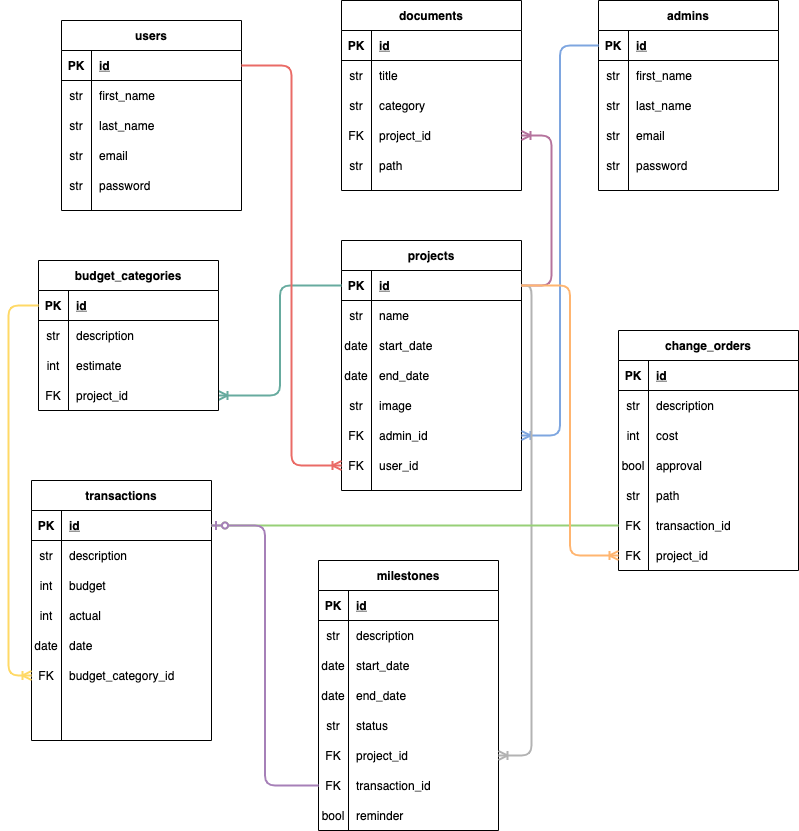
This is planning/ERD.png from Chase78712002/HomeBase, a draw.io export, as it was before one commit. Source tidied: cells renumbered, new cells last; positions are measured from the earlier drawing's top-left corner, leaving out a move shared by most shapes.
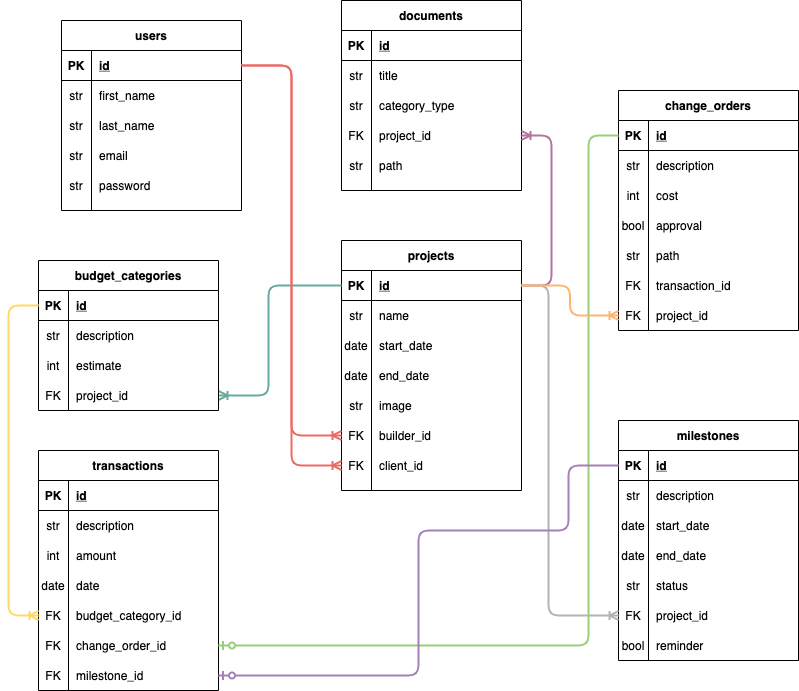
Later version of the same file.

The edit, as a diff of the source:
```diff
@@ -104,7 +104,7 @@
     <mxCell id="35" value="FK" style="shape=partialRectangle;fillColor=none;top=0;left=0;bottom=0;right=0;overflow=hidden;" parent="34" vertex="1">
       <mxGeometry width="30" height="30" as="geometry" />
     </mxCell>
-    <mxCell id="36" value="admin_id" style="shape=partialRectangle;fillColor=none;top=0;left=0;bottom=0;right=0;align=left;spacingLeft=6;overflow=hidden;" parent="34" vertex="1">
+    <mxCell id="36" value="builder_id" style="shape=partialRectangle;fillColor=none;top=0;left=0;bottom=0;right=0;align=left;spacingLeft=6;overflow=hidden;" parent="34" vertex="1">
       <mxGeometry x="30" width="150" height="30" as="geometry" />
     </mxCell>
     <mxCell id="37" style="shape=partialRectangle;fillColor=none;top=0;left=0;bottom=0;right=0;points=[[0,0.5],[1,0.5]];portConstraint=eastwest;" parent="18" vertex="1">
@@ -113,59 +113,11 @@
     <mxCell id="38" value="FK" style="shape=partialRectangle;fillColor=none;top=0;left=0;bottom=0;right=0;overflow=hidden;" parent="37" vertex="1">
       <mxGeometry width="30" height="30" as="geometry" />
     </mxCell>
-    <mxCell id="39" value="user_id" style="shape=partialRectangle;fillColor=none;top=0;left=0;bottom=0;right=0;align=left;spacingLeft=6;overflow=hidden;" parent="37" vertex="1">
+    <mxCell id="39" value="client_id" style="shape=partialRectangle;fillColor=none;top=0;left=0;bottom=0;right=0;align=left;spacingLeft=6;overflow=hidden;" parent="37" vertex="1">
       <mxGeometry x="30" width="150" height="30" as="geometry" />
     </mxCell>
-    <mxCell id="40" value="admins" style="shape=table;startSize=30;rowLines=0;fontStyle=1;align=center;" parent="1" vertex="1">
-      <mxGeometry x="590" width="180" height="190" as="geometry" />
-    </mxCell>
-    <mxCell id="41" style="shape=partialRectangle;fillColor=none;top=0;left=0;bottom=1;right=0;points=[[0,0.5],[1,0.5]];portConstraint=eastwest;" parent="40" vertex="1">
-      <mxGeometry y="30" width="180" height="30" as="geometry" />
-    </mxCell>
-    <mxCell id="42" value="PK" style="shape=partialRectangle;fillColor=none;top=0;left=0;bottom=0;right=0;fontStyle=1;overflow=hidden;" parent="41" vertex="1">
-      <mxGeometry width="30" height="30" as="geometry" />
-    </mxCell>
-    <mxCell id="43" value="id" style="shape=partialRectangle;fillColor=none;top=0;left=0;bottom=0;right=0;align=left;spacingLeft=6;fontStyle=5;overflow=hidden;" parent="41" vertex="1">
-      <mxGeometry x="30" width="150" height="30" as="geometry" />
-    </mxCell>
-    <mxCell id="44" style="shape=partialRectangle;fillColor=none;top=0;left=0;bottom=0;right=0;" parent="40" vertex="1">
-      <mxGeometry y="60" width="180" height="30" as="geometry" />
-    </mxCell>
-    <mxCell id="45" value="str" style="shape=partialRectangle;fillColor=none;top=0;left=0;bottom=0;right=0;overflow=hidden;" parent="44" vertex="1">
-      <mxGeometry width="30" height="30" as="geometry" />
-    </mxCell>
-    <mxCell id="46" value="first_name" style="shape=partialRectangle;fillColor=none;top=0;left=0;bottom=0;right=0;align=left;spacingLeft=6;overflow=hidden;" parent="44" vertex="1">
-      <mxGeometry x="30" width="150" height="30" as="geometry" />
-    </mxCell>
-    <mxCell id="47" style="shape=partialRectangle;fillColor=none;top=0;left=0;bottom=0;right=0;" parent="40" vertex="1">
-      <mxGeometry y="90" width="180" height="30" as="geometry" />
-    </mxCell>
-    <mxCell id="48" value="str" style="shape=partialRectangle;fillColor=none;top=0;left=0;bottom=0;right=0;overflow=hidden;" parent="47" vertex="1">
-      <mxGeometry width="30" height="30" as="geometry" />
-    </mxCell>
-    <mxCell id="49" value="last_name" style="shape=partialRectangle;fillColor=none;top=0;left=0;bottom=0;right=0;align=left;spacingLeft=6;overflow=hidden;" parent="47" vertex="1">
-      <mxGeometry x="30" width="150" height="30" as="geometry" />
-    </mxCell>
-    <mxCell id="50" style="shape=partialRectangle;fillColor=none;top=0;left=0;bottom=0;right=0;" parent="40" vertex="1">
-      <mxGeometry y="120" width="180" height="30" as="geometry" />
-    </mxCell>
-    <mxCell id="51" value="str" style="shape=partialRectangle;fillColor=none;top=0;left=0;bottom=0;right=0;overflow=hidden;" parent="50" vertex="1">
-      <mxGeometry width="30" height="30" as="geometry" />
-    </mxCell>
-    <mxCell id="52" value="email" style="shape=partialRectangle;fillColor=none;top=0;left=0;bottom=0;right=0;align=left;spacingLeft=6;overflow=hidden;" parent="50" vertex="1">
-      <mxGeometry x="30" width="150" height="30" as="geometry" />
-    </mxCell>
-    <mxCell id="53" style="shape=partialRectangle;fillColor=none;top=0;left=0;bottom=0;right=0;" parent="40" vertex="1">
-      <mxGeometry y="150" width="180" height="30" as="geometry" />
-    </mxCell>
-    <mxCell id="54" value="str" style="shape=partialRectangle;fillColor=none;top=0;left=0;bottom=0;right=0;overflow=hidden;" parent="53" vertex="1">
-      <mxGeometry width="30" height="30" as="geometry" />
-    </mxCell>
-    <mxCell id="55" value="password" style="shape=partialRectangle;fillColor=none;top=0;left=0;bottom=0;right=0;align=left;spacingLeft=6;overflow=hidden;" parent="53" vertex="1">
-      <mxGeometry x="30" width="150" height="30" as="geometry" />
-    </mxCell>
     <mxCell id="56" value="change_orders" style="shape=table;startSize=30;rowLines=0;fontStyle=1;align=center;" parent="1" vertex="1">
-      <mxGeometry x="610" y="330" width="180" height="240" as="geometry" />
+      <mxGeometry x="610" y="90" width="180" height="240" as="geometry" />
     </mxCell>
     <mxCell id="57" style="shape=partialRectangle;fillColor=none;top=0;left=0;bottom=1;right=0;points=[[0,0.5],[1,0.5]];portConstraint=eastwest;" parent="56" vertex="1">
       <mxGeometry y="30" width="180" height="30" as="geometry" />
@@ -231,7 +183,7 @@
       <mxGeometry x="30" width="150" height="30" as="geometry" />
     </mxCell>
     <mxCell id="78" value="transactions" style="shape=table;startSize=30;rowLines=0;fontStyle=1;align=center;" parent="1" vertex="1">
-      <mxGeometry x="23" y="480" width="180" height="260" as="geometry" />
+      <mxGeometry x="30" y="450" width="180" height="240" as="geometry" />
     </mxCell>
     <mxCell id="79" style="shape=partialRectangle;fillColor=none;top=0;left=0;bottom=1;right=0;points=[[0,0.5],[1,0.5]];portConstraint=eastwest;" parent="78" vertex="1">
       <mxGeometry y="30" width="180" height="30" as="geometry" />
@@ -257,20 +209,11 @@
     <mxCell id="86" value="int" style="shape=partialRectangle;fillColor=none;top=0;left=0;bottom=0;right=0;overflow=hidden;" parent="85" vertex="1">
       <mxGeometry width="30" height="30" as="geometry" />
     </mxCell>
-    <mxCell id="87" value="budget" style="shape=partialRectangle;fillColor=none;top=0;left=0;bottom=0;right=0;align=left;spacingLeft=6;overflow=hidden;" parent="85" vertex="1">
+    <mxCell id="87" value="amount" style="shape=partialRectangle;fillColor=none;top=0;left=0;bottom=0;right=0;align=left;spacingLeft=6;overflow=hidden;" parent="85" vertex="1">
       <mxGeometry x="30" width="150" height="30" as="geometry" />
     </mxCell>
-    <mxCell id="88" style="shape=partialRectangle;fillColor=none;top=0;left=0;bottom=0;right=0;" parent="78" vertex="1">
-      <mxGeometry y="120" width="180" height="30" as="geometry" />
-    </mxCell>
-    <mxCell id="89" value="int" style="shape=partialRectangle;fillColor=none;top=0;left=0;bottom=0;right=0;overflow=hidden;" parent="88" vertex="1">
-      <mxGeometry width="30" height="30" as="geometry" />
-    </mxCell>
-    <mxCell id="90" value="actual" style="shape=partialRectangle;fillColor=none;top=0;left=0;bottom=0;right=0;align=left;spacingLeft=6;overflow=hidden;" parent="88" vertex="1">
-      <mxGeometry x="30" width="150" height="30" as="geometry" />
-    </mxCell>
     <mxCell id="91" style="shape=partialRectangle;fillColor=none;top=0;left=0;bottom=0;right=0;" parent="78" vertex="1">
-      <mxGeometry y="150" width="180" height="30" as="geometry" />
+      <mxGeometry y="120" width="180" height="30" as="geometry" />
     </mxCell>
     <mxCell id="92" value="date" style="shape=partialRectangle;fillColor=none;top=0;left=0;bottom=0;right=0;overflow=hidden;" parent="91" vertex="1">
       <mxGeometry width="30" height="30" as="geometry" />
@@ -279,7 +222,7 @@
       <mxGeometry x="30" width="150" height="30" as="geometry" />
     </mxCell>
     <mxCell id="94" style="shape=partialRectangle;fillColor=none;top=0;left=0;bottom=0;right=0;points=[[0,0.5],[1,0.5]];portConstraint=eastwest;" parent="78" vertex="1">
-      <mxGeometry y="180" width="180" height="30" as="geometry" />
+      <mxGeometry y="150" width="180" height="30" as="geometry" />
     </mxCell>
     <mxCell id="95" value="FK" style="shape=partialRectangle;fillColor=none;top=0;left=0;bottom=0;right=0;overflow=hidden;" parent="94" vertex="1">
       <mxGeometry width="30" height="30" as="geometry" />
@@ -287,6 +230,24 @@
     <mxCell id="96" value="budget_category_id" style="shape=partialRectangle;fillColor=none;top=0;left=0;bottom=0;right=0;align=left;spacingLeft=6;overflow=hidden;" parent="94" vertex="1">
       <mxGeometry x="30" width="150" height="30" as="geometry" />
     </mxCell>
+    <mxCell id="160" style="shape=partialRectangle;fillColor=none;top=0;left=0;bottom=0;right=0;points=[[0,0.5],[1,0.5]];portConstraint=eastwest;" parent="78" vertex="1">
+      <mxGeometry y="180" width="180" height="30" as="geometry" />
+    </mxCell>
+    <mxCell id="161" value="FK" style="shape=partialRectangle;fillColor=none;top=0;left=0;bottom=0;right=0;overflow=hidden;" parent="160" vertex="1">
+      <mxGeometry width="30" height="30" as="geometry" />
+    </mxCell>
+    <mxCell id="162" value="change_order_id" style="shape=partialRectangle;fillColor=none;top=0;left=0;bottom=0;right=0;align=left;spacingLeft=6;overflow=hidden;" parent="160" vertex="1">
+      <mxGeometry x="30" width="150" height="30" as="geometry" />
+    </mxCell>
+    <mxCell id="135" style="shape=partialRectangle;fillColor=none;top=0;left=0;bottom=0;right=0;points=[[0,0.5],[1,0.5]];portConstraint=eastwest;" parent="78" vertex="1">
+      <mxGeometry y="210" width="180" height="30" as="geometry" />
+    </mxCell>
+    <mxCell id="163" value="FK" style="shape=partialRectangle;fillColor=none;top=0;left=0;bottom=0;right=0;overflow=hidden;" parent="135" vertex="1">
+      <mxGeometry width="30" height="30" as="geometry" />
+    </mxCell>
+    <mxCell id="164" value="milestone_id" style="shape=partialRectangle;fillColor=none;top=0;left=0;bottom=0;right=0;align=left;spacingLeft=6;overflow=hidden;" parent="135" vertex="1">
+      <mxGeometry x="30" width="150" height="30" as="geometry" />
+    </mxCell>
     <mxCell id="97" value="documents" style="shape=table;startSize=30;rowLines=0;fontStyle=1;align=center;" parent="1" vertex="1">
       <mxGeometry x="333" width="180" height="190" as="geometry" />
     </mxCell>
@@ -314,7 +275,7 @@
     <mxCell id="105" value="str" style="shape=partialRectangle;fillColor=none;top=0;left=0;bottom=0;right=0;overflow=hidden;" parent="104" vertex="1">
       <mxGeometry width="30" height="30" as="geometry" />
     </mxCell>
-    <mxCell id="106" value="category" style="shape=partialRectangle;fillColor=none;top=0;left=0;bottom=0;right=0;align=left;spacingLeft=6;overflow=hidden;" parent="104" vertex="1">
+    <mxCell id="106" value="category_type" style="shape=partialRectangle;fillColor=none;top=0;left=0;bottom=0;right=0;align=left;spacingLeft=6;overflow=hidden;" parent="104" vertex="1">
       <mxGeometry x="30" width="150" height="30" as="geometry" />
     </mxCell>
     <mxCell id="107" style="shape=partialRectangle;fillColor=none;top=0;left=0;bottom=0;right=0;points=[[0,0.5],[1,0.5]];portConstraint=eastwest;" parent="97" vertex="1">
@@ -339,13 +300,15 @@
       <mxGeometry relative="1" as="geometry" />
     </mxCell>
     <mxCell id="114" style="edgeStyle=orthogonalEdgeStyle;fontSize=12;html=1;endArrow=ERoneToMany;exitX=0;exitY=0.5;exitDx=0;exitDy=0;entryX=1;entryY=0.5;entryDx=0;entryDy=0;strokeColor=#67AB9F;strokeWidth=2;" parent="1" edge="1" source="19" target="152">
-      <mxGeometry relative="1" as="geometry" />
+      <mxGeometry relative="1" as="geometry">
+        <Array as="points">
+          <mxPoint x="260" y="285" />
+          <mxPoint x="260" y="395" />
+        </Array>
+      </mxGeometry>
     </mxCell>
-    <mxCell id="115" style="edgeStyle=orthogonalEdgeStyle;fontSize=12;html=1;endArrow=ERoneToMany;entryX=1;entryY=0.5;entryDx=0;entryDy=0;exitX=0;exitY=0.5;exitDx=0;exitDy=0;strokeColor=#7EA6E0;strokeWidth=2;" parent="1" edge="1" source="41" target="34">
-      <mxGeometry relative="1" as="geometry" />
-    </mxCell>
     <mxCell id="116" value="milestones" style="shape=table;startSize=30;rowLines=0;fontStyle=1;align=center;" parent="1" vertex="1">
-      <mxGeometry x="310" y="560" width="180" height="270" as="geometry" />
+      <mxGeometry x="610" y="420" width="180" height="240" as="geometry" />
     </mxCell>
     <mxCell id="117" style="shape=partialRectangle;fillColor=none;top=0;left=0;bottom=1;right=0;points=[[0,0.5],[1,0.5]];portConstraint=eastwest;" parent="116" vertex="1">
       <mxGeometry y="30" width="180" height="30" as="geometry" />
@@ -401,17 +364,8 @@
     <mxCell id="134" value="project_id" style="shape=partialRectangle;fillColor=none;top=0;left=0;bottom=0;right=0;align=left;spacingLeft=6;overflow=hidden;" parent="132" vertex="1">
       <mxGeometry x="30" width="150" height="30" as="geometry" />
     </mxCell>
-    <mxCell id="135" style="shape=partialRectangle;fillColor=none;top=0;left=0;bottom=0;right=0;points=[[0,0.5],[1,0.5]];portConstraint=eastwest;" parent="116" vertex="1">
-      <mxGeometry y="210" width="180" height="30" as="geometry" />
-    </mxCell>
-    <mxCell id="136" value="FK" style="shape=partialRectangle;fillColor=none;top=0;left=0;bottom=0;right=0;overflow=hidden;" parent="135" vertex="1">
-      <mxGeometry width="30" height="30" as="geometry" />
-    </mxCell>
-    <mxCell id="137" value="transaction_id" style="shape=partialRectangle;fillColor=none;top=0;left=0;bottom=0;right=0;align=left;spacingLeft=6;overflow=hidden;" parent="135" vertex="1">
-      <mxGeometry x="30" width="150" height="30" as="geometry" />
-    </mxCell>
     <mxCell id="138" style="shape=partialRectangle;fillColor=none;top=0;left=0;bottom=0;right=0;" parent="116" vertex="1">
-      <mxGeometry y="240" width="180" height="30" as="geometry" />
+      <mxGeometry y="210" width="180" height="30" as="geometry" />
     </mxCell>
     <mxCell id="139" value="bool" style="shape=partialRectangle;fillColor=none;top=0;left=0;bottom=0;right=0;overflow=hidden;" parent="138" vertex="1">
       <mxGeometry width="30" height="30" as="geometry" />
@@ -419,8 +373,13 @@
     <mxCell id="140" value="reminder" style="shape=partialRectangle;fillColor=none;top=0;left=0;bottom=0;right=0;align=left;spacingLeft=6;overflow=hidden;" parent="138" vertex="1">
       <mxGeometry x="30" width="150" height="30" as="geometry" />
     </mxCell>
-    <mxCell id="141" style="fontSize=12;html=1;endArrow=ERoneToMany;exitX=1;exitY=0.5;exitDx=0;exitDy=0;entryX=1;entryY=0.5;entryDx=0;entryDy=0;edgeStyle=orthogonalEdgeStyle;strokeWidth=2;strokeColor=#B3B3B3;" parent="1" edge="1" source="19" target="132">
-      <mxGeometry relative="1" as="geometry" />
+    <mxCell id="141" style="fontSize=12;html=1;endArrow=ERoneToMany;exitX=1;exitY=0.5;exitDx=0;exitDy=0;entryX=0;entryY=0.5;entryDx=0;entryDy=0;edgeStyle=orthogonalEdgeStyle;strokeWidth=2;strokeColor=#B3B3B3;" parent="1" edge="1" source="19" target="132">
+      <mxGeometry relative="1" as="geometry">
+        <Array as="points">
+          <mxPoint x="540" y="285" />
+          <mxPoint x="540" y="615" />
+        </Array>
+      </mxGeometry>
     </mxCell>
     <mxCell id="142" value="budget_categories" style="shape=table;startSize=30;rowLines=0;fontStyle=1;align=center;" parent="1" vertex="1">
       <mxGeometry x="30" y="260" width="180" height="150" as="geometry" />
@@ -464,22 +423,37 @@
     <mxCell id="155" style="edgeStyle=orthogonalEdgeStyle;fontSize=12;html=1;endArrow=ERoneToMany;exitX=1;exitY=0.5;exitDx=0;exitDy=0;entryX=0;entryY=0.5;entryDx=0;entryDy=0;strokeColor=#EA6B66;strokeWidth=2;" parent="1" edge="1" source="3" target="37">
       <mxGeometry relative="1" as="geometry" />
     </mxCell>
-    <mxCell id="156" style="fontSize=12;html=1;endArrow=ERoneToMany;entryX=0;entryY=0.5;entryDx=0;entryDy=0;exitX=0;exitY=0.5;exitDx=0;exitDy=0;edgeStyle=orthogonalEdgeStyle;strokeColor=#FFD966;strokeWidth=2;" parent="1" edge="1" source="143" target="94">
+    <mxCell id="156" style="fontSize=12;html=1;endArrow=ERoneToMany;entryX=0;entryY=0.5;entryDx=0;entryDy=0;exitX=0;exitY=0.5;exitDx=0;exitDy=0;strokeColor=#FFD966;strokeWidth=2;edgeStyle=orthogonalEdgeStyle;" parent="1" edge="1" source="143" target="94">
       <mxGeometry relative="1" as="geometry">
         <Array as="points">
           <mxPoint y="305" />
-          <mxPoint y="675" />
+          <mxPoint y="615" />
         </Array>
       </mxGeometry>
     </mxCell>
-    <mxCell id="157" style="edgeStyle=entityRelationEdgeStyle;fontSize=12;html=1;endArrow=ERzeroToOne;endFill=1;entryX=1;entryY=0.5;entryDx=0;entryDy=0;exitX=0;exitY=0.5;exitDx=0;exitDy=0;strokeColor=#97D077;strokeWidth=2;" parent="1" edge="1" source="72" target="79">
-      <mxGeometry relative="1" as="geometry" />
+    <mxCell id="157" style="fontSize=12;html=1;endArrow=ERzeroToOne;endFill=1;exitX=0;exitY=0.5;exitDx=0;exitDy=0;strokeColor=#97D077;strokeWidth=2;entryX=1;entryY=0.5;entryDx=0;entryDy=0;edgeStyle=orthogonalEdgeStyle;" parent="1" edge="1" source="57" target="160">
+      <mxGeometry relative="1" as="geometry">
+        <Array as="points">
+          <mxPoint x="580" y="135" />
+          <mxPoint x="580" y="645" />
+        </Array>
+      </mxGeometry>
     </mxCell>
-    <mxCell id="158" style="fontSize=12;html=1;endArrow=ERzeroToOne;endFill=1;exitX=0;exitY=0.5;exitDx=0;exitDy=0;entryX=1;entryY=0.5;entryDx=0;entryDy=0;edgeStyle=orthogonalEdgeStyle;strokeColor=#A680B8;strokeWidth=2;" parent="1" edge="1" source="135" target="79">
-      <mxGeometry relative="1" as="geometry" />
+    <mxCell id="158" style="fontSize=12;html=1;endArrow=ERzeroToOne;endFill=1;exitX=0;exitY=0.5;exitDx=0;exitDy=0;edgeStyle=orthogonalEdgeStyle;strokeColor=#A680B8;strokeWidth=2;entryX=1;entryY=0.5;entryDx=0;entryDy=0;" parent="1" edge="1" source="117" target="135">
+      <mxGeometry relative="1" as="geometry">
+        <Array as="points">
+          <mxPoint x="560" y="465" />
+          <mxPoint x="560" y="530" />
+          <mxPoint x="410" y="530" />
+          <mxPoint x="410" y="675" />
+        </Array>
+      </mxGeometry>
     </mxCell>
     <mxCell id="159" style="fontSize=12;html=1;endArrow=ERoneToMany;exitX=1;exitY=0.5;exitDx=0;exitDy=0;entryX=0;entryY=0.5;entryDx=0;entryDy=0;edgeStyle=orthogonalEdgeStyle;strokeColor=#FFB570;strokeWidth=2;" parent="1" edge="1" source="19" target="75">
       <mxGeometry relative="1" as="geometry" />
     </mxCell>
+    <mxCell id="165" style="edgeStyle=orthogonalEdgeStyle;fontSize=12;html=1;endArrow=ERoneToMany;exitX=1;exitY=0.5;exitDx=0;exitDy=0;entryX=0;entryY=0.5;entryDx=0;entryDy=0;strokeColor=#EA6B66;strokeWidth=2;" parent="1" edge="1" source="3" target="34">
+      <mxGeometry relative="1" as="geometry" />
+    </mxCell>
   </root>
 </mxGraphModel>
```
